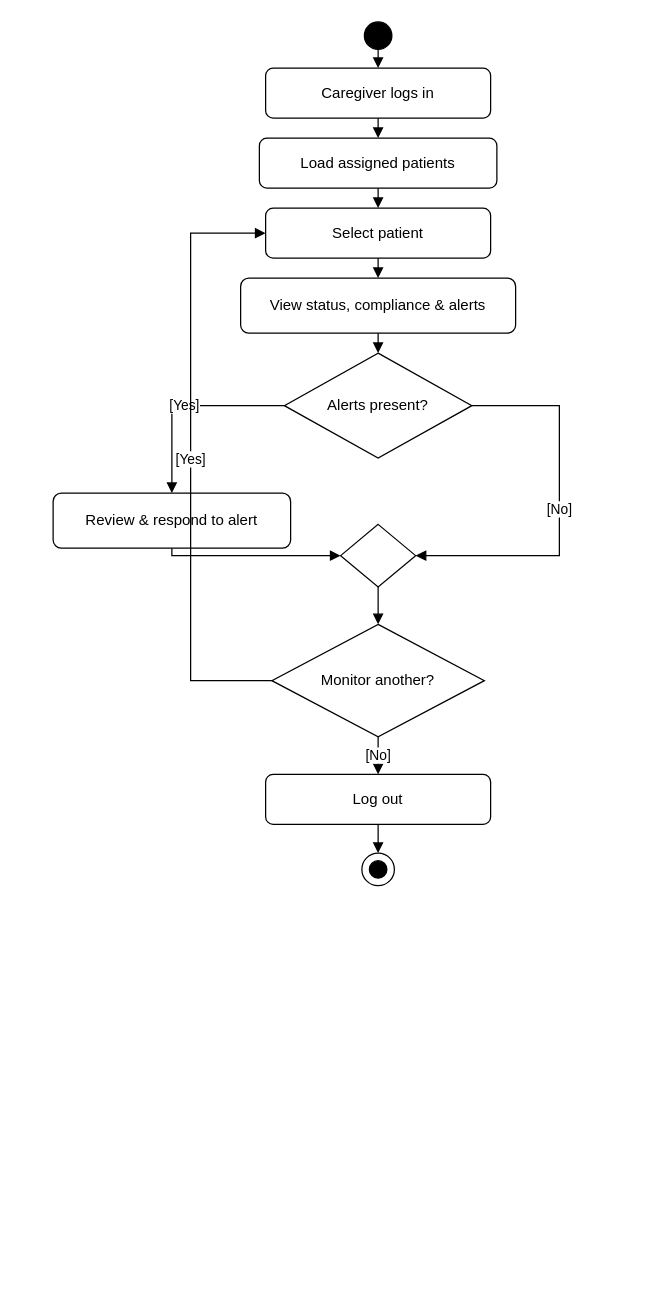
Before: docs/diagrams/activity-caregiver-dashboard.drawio.xml in Iraj-Shahzad/memoracare-, a draw.io diagram. Source tidied: cells renumbered, new cells numbered last; positions are measured from the earlier drawing's top-left corner, leaving out a move shared by most shapes. Both pictures are drawn from the tidied source at 125%, with x=0, y=0 at pixel (52, 21).
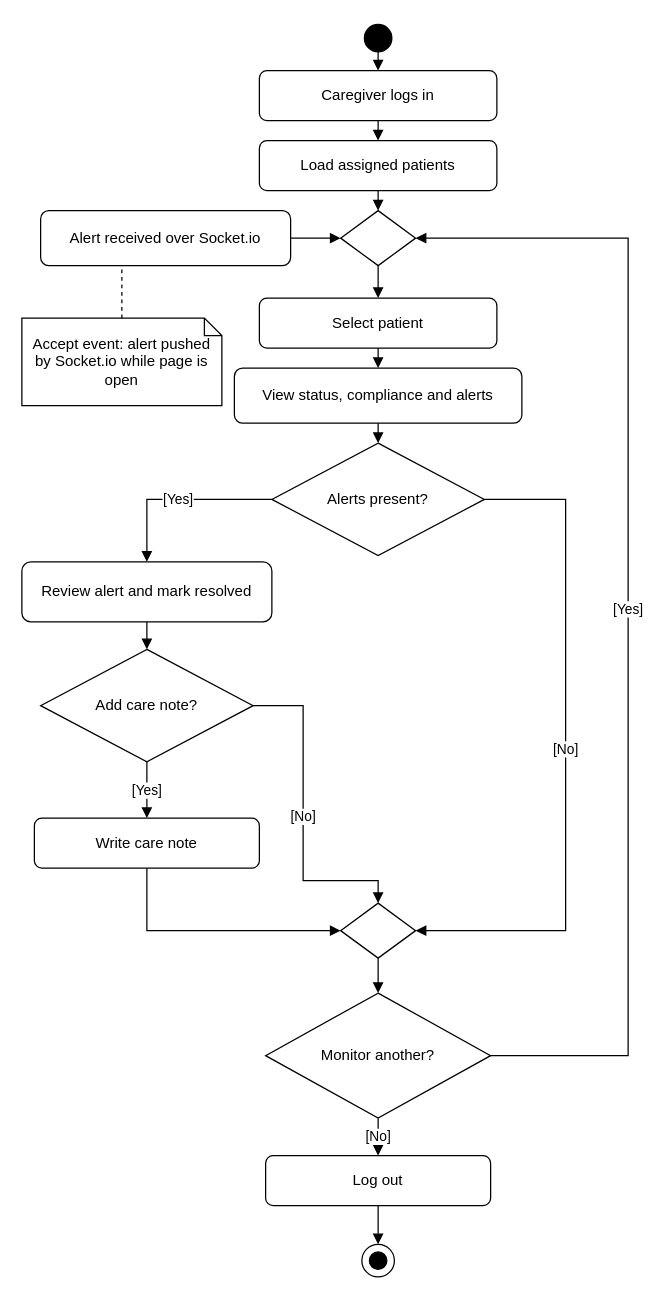
After the change.

Change to the diagram source:
```diff
@@
     <mxCell id="2" style="ellipse;html=1;fillColor=#000000;strokeColor=#000000;" parent="1" vertex="1">
-      <mxGeometry x="249" width="22" height="22" as="geometry" />
+      <mxGeometry x="249" y="2" width="22" height="22" as="geometry" />
     </mxCell>
-    <mxCell id="3" value="Caregiver logs in" style="rounded=1;whiteSpace=wrap;html=1;fillColor=#ffffff;" parent="1" vertex="1">
-      <mxGeometry x="170" y="37" width="180" height="40" as="geometry" />
+    <mxCell id="3" value="Caregiver logs in" style="rounded=1;whiteSpace=wrap;html=1;fillColor=#ffffff;strokeColor=#000000;" parent="1" vertex="1">
+      <mxGeometry x="165" y="39" width="190" height="40" as="geometry" />
     </mxCell>
-    <mxCell id="4" value="Load assigned patients" style="rounded=1;whiteSpace=wrap;html=1;fillColor=#ffffff;" parent="1" vertex="1">
-      <mxGeometry x="165" y="93" width="190" height="40" as="geometry" />
+    <mxCell id="4" value="Load assigned patients" style="rounded=1;whiteSpace=wrap;html=1;fillColor=#ffffff;strokeColor=#000000;" parent="1" vertex="1">
+      <mxGeometry x="165" y="95" width="190" height="40" as="geometry" />
     </mxCell>
+    <mxCell id="26" value="Alert received over Socket.io" style="rounded=1;whiteSpace=wrap;html=1;fillColor=#ffffff;strokeColor=#000000;" parent="1" vertex="1">
+      <mxGeometry x="-10" y="151" width="200" height="44" as="geometry" />
+    </mxCell>
+    <mxCell id="27" value="Accept event: alert pushed by Socket.io while page is open" style="shape=note;whiteSpace=wrap;html=1;size=14;fillColor=#ffffff;strokeColor=#000000;" parent="1" vertex="1">
+      <mxGeometry x="-25" y="237" width="160" height="70" as="geometry" />
+    </mxCell>
+    <mxCell id="28" style="endArrow=none;dashed=1;html=1;edgeStyle=orthogonalEdgeStyle;rounded=0;exitX=0.5;exitY=0;entryX=0.325;entryY=1;" parent="1" edge="1" source="27" target="26">
+      <mxGeometry relative="1" as="geometry" />
+    </mxCell>
+    <mxCell id="29" style="rhombus;whiteSpace=wrap;html=1;fillColor=#ffffff;strokeColor=#000000;" parent="1" vertex="1">
+      <mxGeometry x="230" y="151" width="60" height="44" as="geometry" />
+    </mxCell>
-    <mxCell id="5" value="Select patient" style="rounded=1;whiteSpace=wrap;html=1;fillColor=#ffffff;" parent="1" vertex="1">
-      <mxGeometry x="170" y="149" width="180" height="40" as="geometry" />
+    <mxCell id="5" value="Select patient" style="rounded=1;whiteSpace=wrap;html=1;fillColor=#ffffff;strokeColor=#000000;" parent="1" vertex="1">
+      <mxGeometry x="165" y="221" width="190" height="40" as="geometry" />
     </mxCell>
-    <mxCell id="6" value="View status, compliance &amp; alerts" style="rounded=1;whiteSpace=wrap;html=1;fillColor=#ffffff;" parent="1" vertex="1">
-      <mxGeometry x="150" y="205" width="220" height="44" as="geometry" />
+    <mxCell id="6" value="View status, compliance and alerts" style="rounded=1;whiteSpace=wrap;html=1;fillColor=#ffffff;strokeColor=#000000;" parent="1" vertex="1">
+      <mxGeometry x="145" y="277" width="230" height="44" as="geometry" />
     </mxCell>
-    <mxCell id="7" value="Alerts present?" style="rhombus;whiteSpace=wrap;html=1;fillColor=#ffffff;" parent="1" vertex="1">
-      <mxGeometry x="185" y="265" width="150" height="84" as="geometry" />
+    <mxCell id="7" value="Alerts present?" style="rhombus;whiteSpace=wrap;html=1;fillColor=#ffffff;strokeColor=#000000;" parent="1" vertex="1">
+      <mxGeometry x="175" y="337" width="170" height="90" as="geometry" />
     </mxCell>
-    <mxCell id="8" value="Review &amp; respond to alert" style="rounded=1;whiteSpace=wrap;html=1;fillColor=#ffffff;" parent="1" vertex="1">
-      <mxGeometry y="377" width="190" height="44" as="geometry" />
+    <mxCell id="8" value="Review alert and mark resolved" style="rounded=1;whiteSpace=wrap;html=1;fillColor=#ffffff;strokeColor=#000000;" parent="1" vertex="1">
+      <mxGeometry x="-25" y="432" width="200" height="48" as="geometry" />
     </mxCell>
+    <mxCell id="30" value="Add care note?" style="rhombus;whiteSpace=wrap;html=1;fillColor=#ffffff;strokeColor=#000000;" parent="1" vertex="1">
+      <mxGeometry x="-10" y="502" width="170" height="90" as="geometry" />
+    </mxCell>
+    <mxCell id="31" value="Write care note" style="rounded=1;whiteSpace=wrap;html=1;fillColor=#ffffff;strokeColor=#000000;" parent="1" vertex="1">
+      <mxGeometry x="-15" y="637" width="180" height="40" as="geometry" />
+    </mxCell>
-    <mxCell id="9" style="rhombus;whiteSpace=wrap;html=1;fillColor=#ffffff;" parent="1" vertex="1">
-      <mxGeometry x="230" y="402" width="60" height="50" as="geometry" />
+    <mxCell id="9" style="rhombus;whiteSpace=wrap;html=1;fillColor=#ffffff;strokeColor=#000000;" parent="1" vertex="1">
+      <mxGeometry x="230" y="705" width="60" height="44" as="geometry" />
     </mxCell>
-    <mxCell id="10" value="Monitor another?" style="rhombus;whiteSpace=wrap;html=1;fillColor=#ffffff;" parent="1" vertex="1">
-      <mxGeometry x="175" y="482" width="170" height="90" as="geometry" />
+    <mxCell id="10" value="Monitor another?" style="rhombus;whiteSpace=wrap;html=1;fillColor=#ffffff;strokeColor=#000000;" parent="1" vertex="1">
+      <mxGeometry x="170" y="777" width="180" height="100" as="geometry" />
     </mxCell>
-    <mxCell id="11" value="Log out" style="rounded=1;whiteSpace=wrap;html=1;fillColor=#ffffff;" parent="1" vertex="1">
-      <mxGeometry x="170" y="602" width="180" height="40" as="geometry" />
+    <mxCell id="11" value="Log out" style="rounded=1;whiteSpace=wrap;html=1;fillColor=#ffffff;strokeColor=#000000;" parent="1" vertex="1">
+      <mxGeometry x="170" y="907" width="180" height="40" as="geometry" />
     </mxCell>
     <mxCell id="12" style="ellipse;html=1;fillColor=#ffffff;strokeColor=#000000;" parent="1" vertex="1">
-      <mxGeometry x="247" y="665" width="26" height="26" as="geometry" />
+      <mxGeometry x="247" y="978" width="26" height="26" as="geometry" />
     </mxCell>
     <mxCell id="13" style="ellipse;html=1;fillColor=#000000;strokeColor=#000000;" parent="1" vertex="1">
-      <mxGeometry x="253" y="671" width="14" height="14" as="geometry" />
+      <mxGeometry x="253" y="984" width="14" height="14" as="geometry" />
     </mxCell>
-    <mxCell id="14" style="endArrow=block;html=1;" parent="1" edge="1" source="2" target="3">
+    <mxCell id="14" style="endArrow=block;html=1;edgeStyle=orthogonalEdgeStyle;rounded=0;exitX=0.5;exitY=1;entryX=0.5;entryY=0;" parent="1" edge="1" source="2" target="3">
       <mxGeometry relative="1" as="geometry" />
     </mxCell>
-    <mxCell id="15" style="endArrow=block;html=1;" parent="1" edge="1" source="3" target="4">
+    <mxCell id="15" style="endArrow=block;html=1;edgeStyle=orthogonalEdgeStyle;rounded=0;exitX=0.5;exitY=1;entryX=0.5;entryY=0;" parent="1" edge="1" source="3" target="4">
       <mxGeometry relative="1" as="geometry" />
     </mxCell>
-    <mxCell id="16" style="endArrow=block;html=1;" parent="1" edge="1" source="4" target="5">
+    <mxCell id="16" style="endArrow=block;html=1;edgeStyle=orthogonalEdgeStyle;rounded=0;exitX=0.5;exitY=1;entryX=0.5;entryY=0;" parent="1" edge="1" source="4" target="29">
       <mxGeometry relative="1" as="geometry" />
     </mxCell>
+    <mxCell id="32" style="endArrow=block;html=1;edgeStyle=orthogonalEdgeStyle;rounded=0;exitX=1;exitY=0.5;entryX=0;entryY=0.5;" parent="1" edge="1" source="26" target="29">
+      <mxGeometry relative="1" as="geometry" />
+    </mxCell>
-    <mxCell id="17" style="endArrow=block;html=1;" parent="1" edge="1" source="5" target="6">
+    <mxCell id="17" style="endArrow=block;html=1;edgeStyle=orthogonalEdgeStyle;rounded=0;exitX=0.5;exitY=1;entryX=0.5;entryY=0;" parent="1" edge="1" source="29" target="5">
       <mxGeometry relative="1" as="geometry" />
     </mxCell>
-    <mxCell id="18" style="endArrow=block;html=1;" parent="1" edge="1" source="6" target="7">
+    <mxCell id="18" style="endArrow=block;html=1;edgeStyle=orthogonalEdgeStyle;rounded=0;exitX=0.5;exitY=1;entryX=0.5;entryY=0;" parent="1" edge="1" source="5" target="6">
       <mxGeometry relative="1" as="geometry" />
     </mxCell>
+    <mxCell id="21" style="endArrow=block;html=1;edgeStyle=orthogonalEdgeStyle;rounded=0;exitX=0.5;exitY=1;entryX=0.5;entryY=0;" parent="1" edge="1" source="6" target="7">
+      <mxGeometry relative="1" as="geometry" />
+    </mxCell>
-    <mxCell id="19" value="[Yes]" style="endArrow=block;html=1;edgeStyle=orthogonalEdgeStyle;rounded=0;" parent="1" edge="1" source="7" target="8">
+    <mxCell id="19" value="[Yes]" style="endArrow=block;html=1;edgeStyle=orthogonalEdgeStyle;rounded=0;exitX=0;exitY=0.5;entryX=0.5;entryY=0;" parent="1" edge="1" source="7" target="8">
       <mxGeometry relative="1" as="geometry">
         <Array as="points">
-          <mxPoint x="95" y="307" />
+          <mxPoint x="75" y="382" />
         </Array>
       </mxGeometry>
     </mxCell>
-    <mxCell id="20" value="[No]" style="endArrow=block;html=1;edgeStyle=orthogonalEdgeStyle;rounded=0;" parent="1" edge="1" source="7" target="9">
+    <mxCell id="20" value="[No]" style="endArrow=block;html=1;edgeStyle=orthogonalEdgeStyle;rounded=0;exitX=1;exitY=0.5;entryX=1;entryY=0.5;" parent="1" edge="1" source="7" target="9">
       <mxGeometry relative="1" as="geometry">
         <Array as="points">
-          <mxPoint x="405" y="307" />
-          <mxPoint x="405" y="427" />
+          <mxPoint x="410" y="382" />
+          <mxPoint x="410" y="727" />
         </Array>
       </mxGeometry>
     </mxCell>
-    <mxCell id="21" style="endArrow=block;html=1;edgeStyle=orthogonalEdgeStyle;rounded=0;" parent="1" edge="1" source="8" target="9">
-      <mxGeometry relative="1" as="geometry">
-        <Array as="points">
-          <mxPoint x="95" y="427" />
-        </Array>
-      </mxGeometry>
-    </mxCell>
-    <mxCell id="22" style="endArrow=block;html=1;" parent="1" edge="1" source="9" target="10">
+    <mxCell id="22" style="endArrow=block;html=1;edgeStyle=orthogonalEdgeStyle;rounded=0;exitX=0.5;exitY=1;entryX=0.5;entryY=0;" parent="1" edge="1" source="8" target="30">
       <mxGeometry relative="1" as="geometry" />
     </mxCell>
+    <mxCell id="33" value="[Yes]" style="endArrow=block;html=1;edgeStyle=orthogonalEdgeStyle;rounded=0;exitX=0.5;exitY=1;entryX=0.5;entryY=0;" parent="1" edge="1" source="30" target="31">
+      <mxGeometry relative="1" as="geometry" />
+    </mxCell>
+    <mxCell id="34" value="[No]" style="endArrow=block;html=1;edgeStyle=orthogonalEdgeStyle;rounded=0;exitX=1;exitY=0.5;entryX=0.5;entryY=0;" parent="1" edge="1" source="30" target="9">
+      <mxGeometry relative="1" as="geometry">
+        <Array as="points">
+          <mxPoint x="200" y="547" />
+          <mxPoint x="200" y="687" />
+          <mxPoint x="260" y="687" />
+        </Array>
+      </mxGeometry>
+    </mxCell>
+    <mxCell id="35" style="endArrow=block;html=1;edgeStyle=orthogonalEdgeStyle;rounded=0;exitX=0.5;exitY=1;entryX=0;entryY=0.5;" parent="1" edge="1" source="31" target="9">
+      <mxGeometry relative="1" as="geometry">
+        <Array as="points">
+          <mxPoint x="75" y="727" />
+        </Array>
+      </mxGeometry>
+    </mxCell>
+    <mxCell id="36" style="endArrow=block;html=1;edgeStyle=orthogonalEdgeStyle;rounded=0;exitX=0.5;exitY=1;entryX=0.5;entryY=0;" parent="1" edge="1" source="9" target="10">
+      <mxGeometry relative="1" as="geometry" />
+    </mxCell>
-    <mxCell id="23" value="[Yes]" style="endArrow=block;html=1;edgeStyle=orthogonalEdgeStyle;rounded=0;" parent="1" edge="1" source="10" target="5">
+    <mxCell id="23" value="[Yes]" style="endArrow=block;html=1;edgeStyle=orthogonalEdgeStyle;rounded=0;exitX=1;exitY=0.5;entryX=1;entryY=0.5;" parent="1" edge="1" source="10" target="29">
       <mxGeometry relative="1" as="geometry">
         <Array as="points">
-          <mxPoint x="110" y="527" />
-          <mxPoint x="110" y="169" />
+          <mxPoint x="460" y="827" />
+          <mxPoint x="460" y="173" />
         </Array>
       </mxGeometry>
     </mxCell>
-    <mxCell id="24" value="[No]" style="endArrow=block;html=1;" parent="1" edge="1" source="10" target="11">
+    <mxCell id="24" value="[No]" style="endArrow=block;html=1;edgeStyle=orthogonalEdgeStyle;rounded=0;exitX=0.5;exitY=1;entryX=0.5;entryY=0;" parent="1" edge="1" source="10" target="11">
       <mxGeometry relative="1" as="geometry" />
     </mxCell>
-    <mxCell id="25" style="endArrow=block;html=1;" parent="1" edge="1" source="11" target="12">
+    <mxCell id="25" style="endArrow=block;html=1;edgeStyle=orthogonalEdgeStyle;rounded=0;exitX=0.5;exitY=1;entryX=0.5;entryY=0;" parent="1" edge="1" source="11" target="12">
       <mxGeometry relative="1" as="geometry" />
     </mxCell>
```
